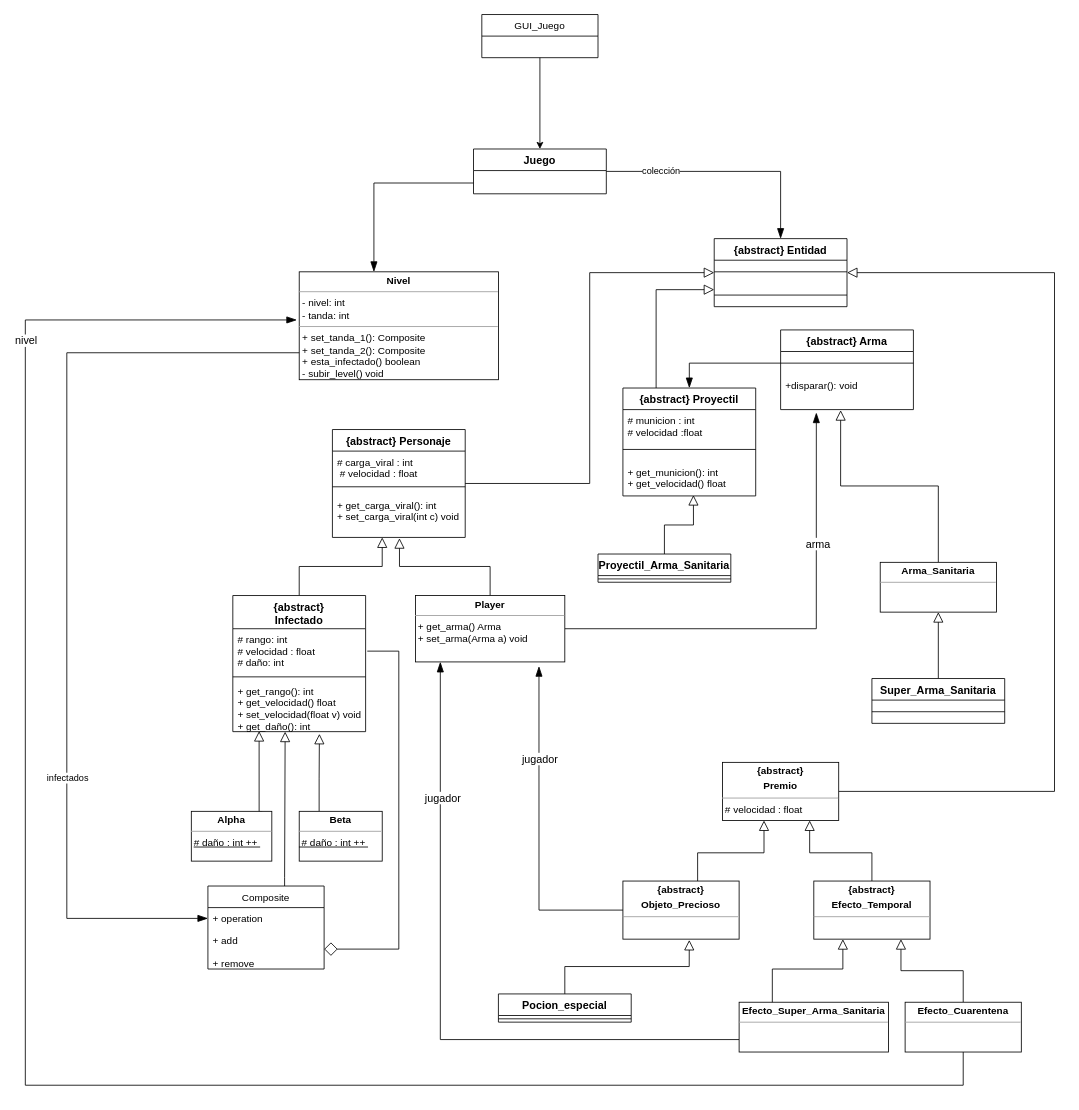
This is UML.drawio from ludmilaprolygin/Proyecto3-TDP, a draw.io file, before an edit. Source tidied: cells renumbered, new cells numbered last; positions are measured from the earlier drawing's top-left corner, leaving out a move shared by most shapes. Both pictures are drawn from the tidied source at 83%, with x=0, y=0 at pixel (25, 14).
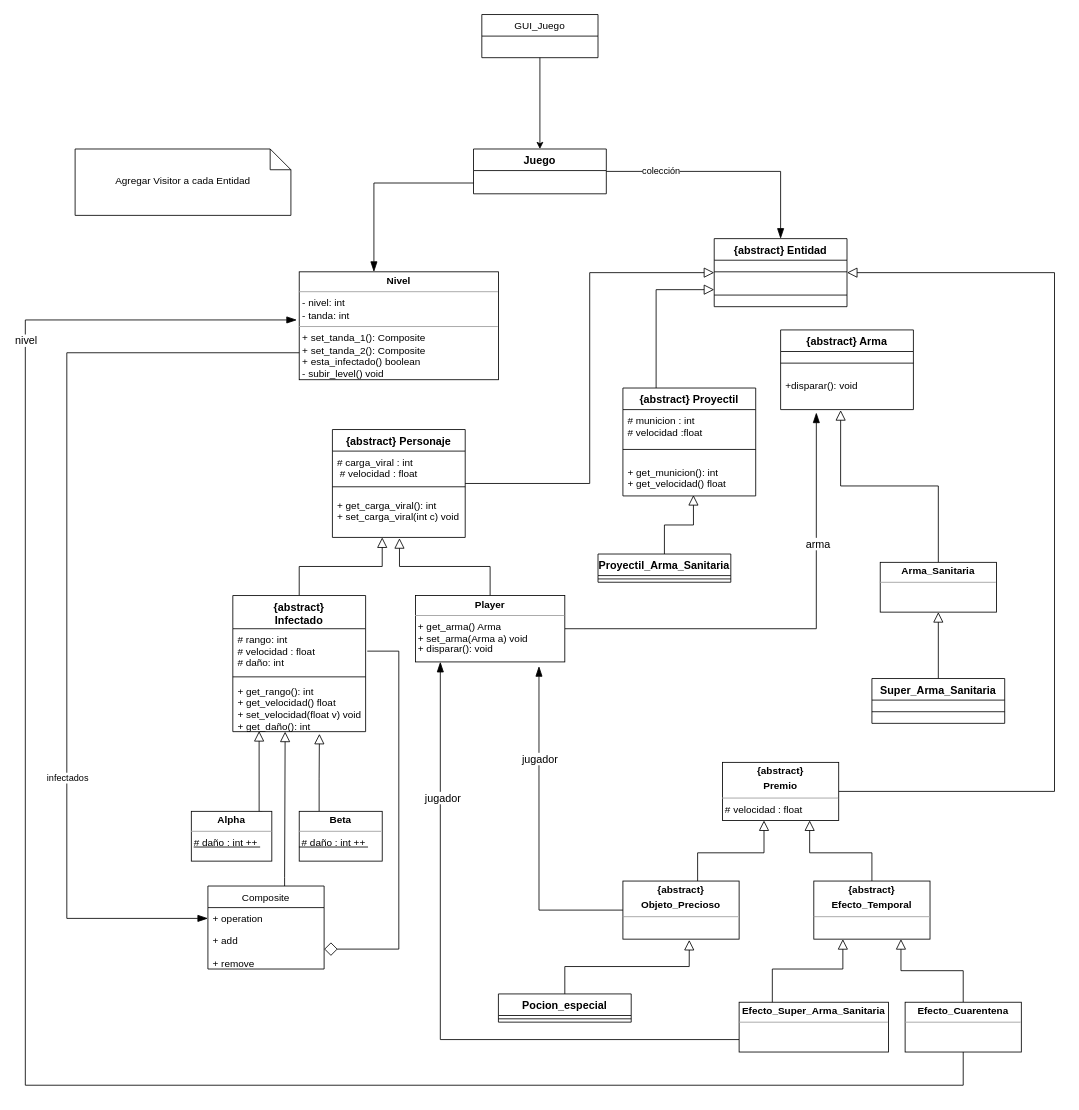
After the change.

The change refers to these unchanged cells:
```xml
<mxCell id="29" value="{abstract} Proyectil&#10; &#10;" style="swimlane;fontStyle=1;align=center;verticalAlign=top;horizontal=1;startSize=26;fontSize=13;" parent="1" vertex="1">
  <mxGeometry x="720" y="450" width="160" height="130" as="geometry" />
</mxCell>
<mxCell id="61" style="line;strokeWidth=1;fillColor=none;align=left;verticalAlign=middle;spacingTop=-1;spacingLeft=3;spacingRight=3;labelPosition=right;points=[];portConstraint=eastwest;" parent="60" vertex="1">
  <mxGeometry y="26" width="160" height="28" as="geometry" />
</mxCell>
```

What changed in the source:
```diff
@@
-    <mxCell id="9" value="&lt;p style=&quot;margin: 0px ; margin-top: 4px ; text-align: center&quot;&gt;&lt;b&gt;Player&lt;/b&gt;&lt;/p&gt;&lt;hr size=&quot;1&quot;&gt;&lt;div style=&quot;height: 2px&quot;&gt;&amp;nbsp;+ get_arma() Arma&lt;br&gt;&amp;nbsp;+ set_arma(Arma a) void&lt;/div&gt;" style="verticalAlign=top;align=left;overflow=fill;fontSize=12;fontFamily=Helvetica;html=1;" parent="1" vertex="1">
+    <mxCell id="9" value="&lt;p style=&quot;margin: 0px ; margin-top: 4px ; text-align: center&quot;&gt;&lt;b&gt;Player&lt;/b&gt;&lt;/p&gt;&lt;hr size=&quot;1&quot;&gt;&lt;div style=&quot;height: 2px&quot;&gt;&amp;nbsp;+ get_arma() Arma&lt;br&gt;&amp;nbsp;+ set_arma(Arma a) void&lt;/div&gt;&lt;div style=&quot;height: 2px&quot;&gt;&lt;br&gt;&lt;/div&gt;&lt;div style=&quot;height: 2px&quot;&gt;&lt;br&gt;&lt;/div&gt;&lt;div style=&quot;height: 2px&quot;&gt;&lt;br&gt;&lt;/div&gt;&lt;div style=&quot;height: 2px&quot;&gt;&lt;br&gt;&lt;/div&gt;&lt;div style=&quot;height: 2px&quot;&gt;&lt;br&gt;&lt;/div&gt;&lt;div style=&quot;height: 2px&quot;&gt;&lt;br&gt;&lt;/div&gt;&lt;div style=&quot;height: 2px&quot;&gt;&lt;br&gt;&lt;/div&gt;&lt;div style=&quot;height: 2px&quot;&gt;&lt;br&gt;&lt;/div&gt;&lt;div style=&quot;height: 2px&quot;&gt;&lt;br&gt;&lt;/div&gt;&lt;div style=&quot;height: 2px&quot;&gt;&lt;br&gt;&lt;/div&gt;&lt;div style=&quot;height: 2px&quot;&gt;&lt;br&gt;&lt;/div&gt;&lt;div style=&quot;height: 2px&quot;&gt;&lt;br&gt;&lt;/div&gt;&lt;div style=&quot;height: 2px&quot;&gt;&amp;nbsp;+ disparar(): void&lt;/div&gt;&lt;div style=&quot;height: 2px&quot;&gt;&lt;br&gt;&lt;/div&gt;&lt;div style=&quot;height: 2px&quot;&gt;&lt;br&gt;&lt;/div&gt;" style="verticalAlign=top;align=left;overflow=fill;fontSize=12;fontFamily=Helvetica;html=1;" parent="1" vertex="1">
       <mxGeometry x="470" y="700" width="180" height="80" as="geometry" />
     </mxCell>
@@
-    <mxCell id="70" style="edgeStyle=orthogonalEdgeStyle;rounded=0;jettySize=auto;html=1;entryX=0.5;entryY=0;entryDx=0;entryDy=0;endArrow=blockThin;endFill=1;endSize=10;" parent="1" edge="1" source="61" target="29">
-      <mxGeometry relative="1" as="geometry" />
-    </mxCell>
@@
+    <mxCell id="73" value="Agregar Visitor a cada Entidad" style="shape=note2;boundedLbl=1;whiteSpace=wrap;html=1;size=25;verticalAlign=top;align=center;" parent="1" vertex="1">
+      <mxGeometry x="60" y="162" width="260" height="80" as="geometry" />
+    </mxCell>
```
